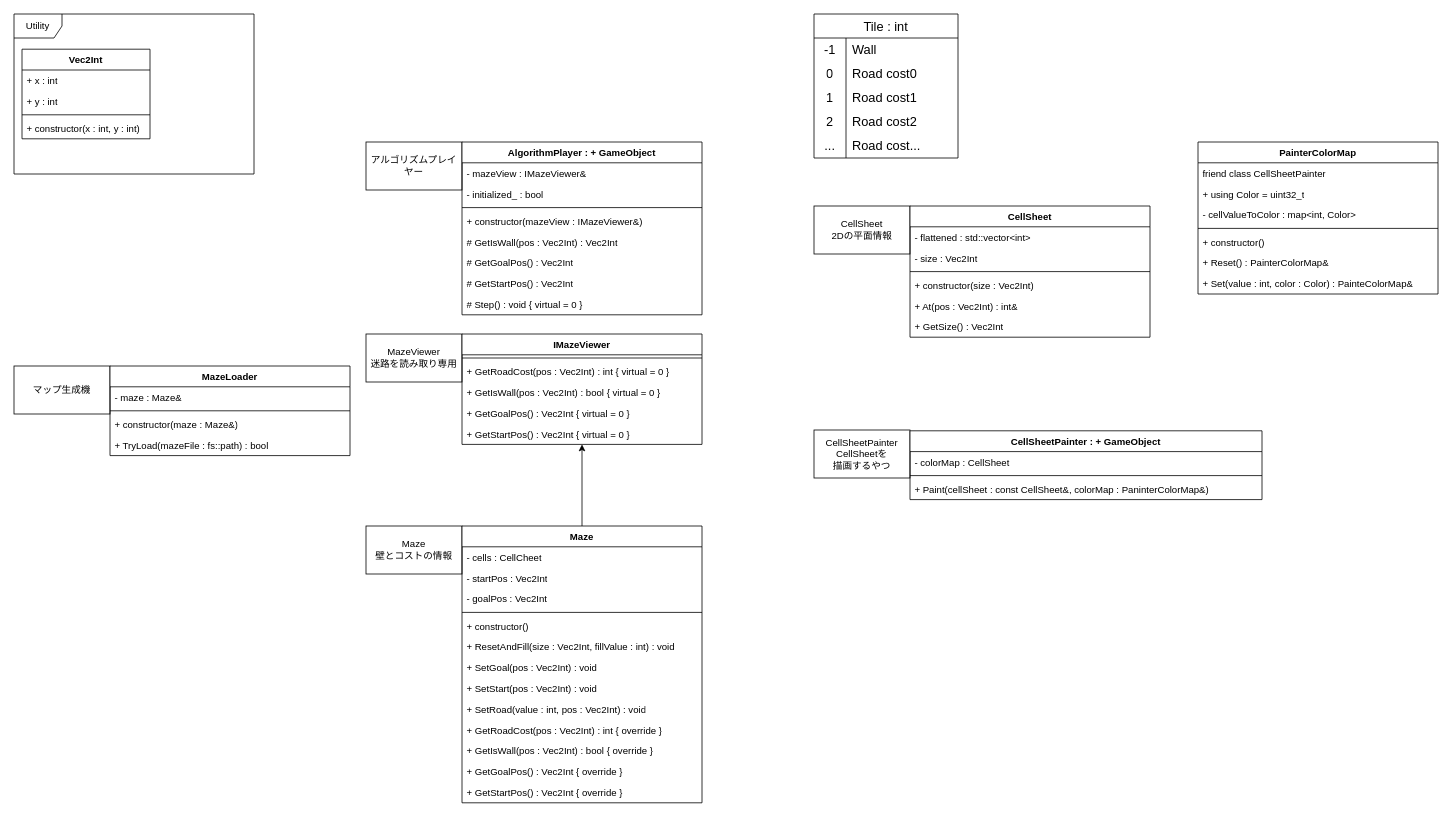
3doriTea/ExploringAlgorithms keeps this draw.io diagram as doc/アルゴシミュ仕様設計.drawio. Above is the earlier version. Source tidied: cells renumbered, new cells numbered last; positions are measured from the earlier drawing's top-left corner, leaving out a move shared by most shapes. Both pictures are drawn from the tidied source at 80%, with x=0, y=0 at pixel (14, 14).
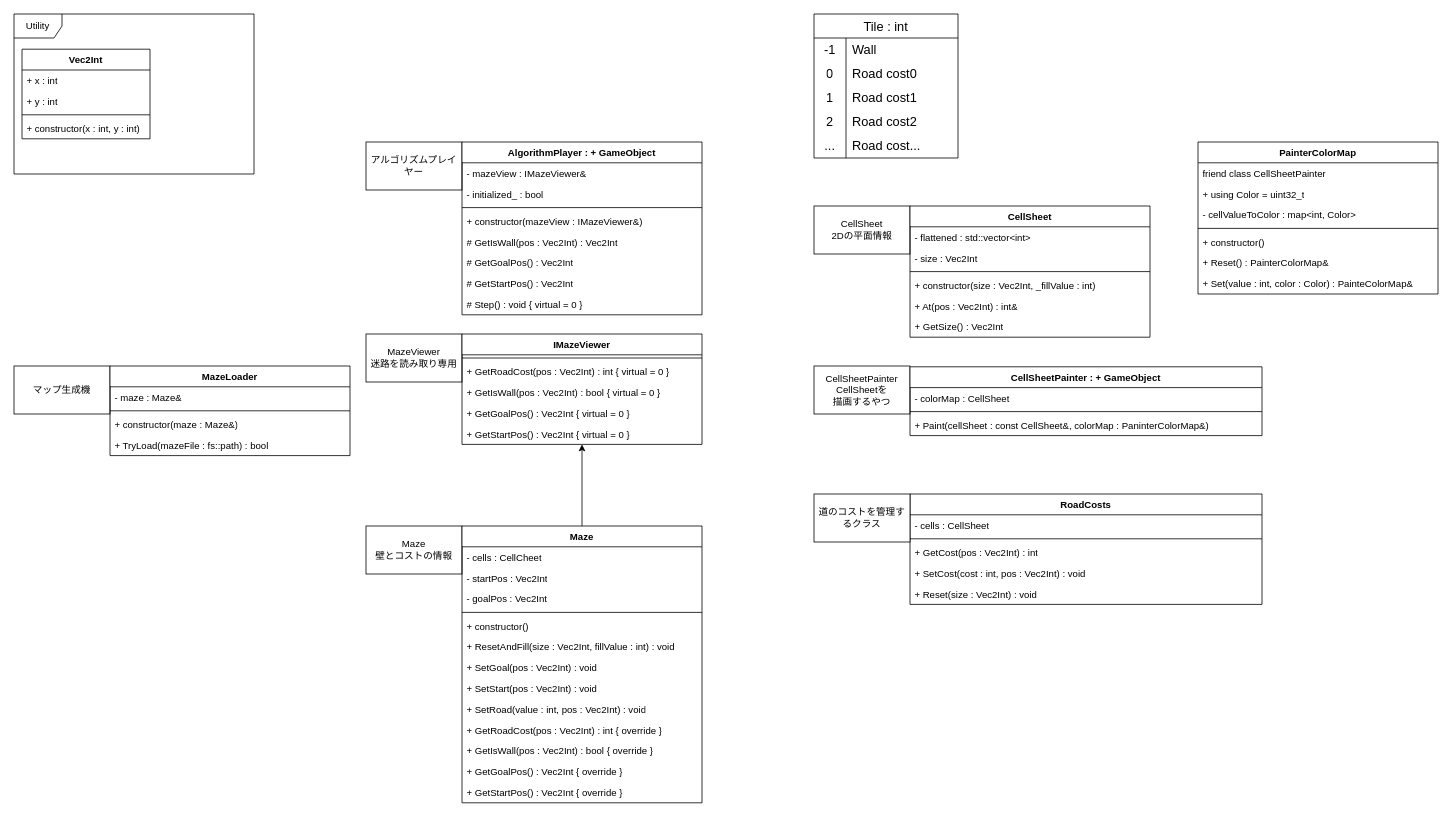
The same diagram, later.

Commit message:
アルゴシミュ仕様設計.drawio を更新します

The change refers to these unchanged cells:
```xml
<mxCell id="16" value="CellSheet" style="swimlane;fontStyle=1;align=center;verticalAlign=top;horizontal=1;startSize=26;whiteSpace=wrap;html=1;" parent="1" vertex="1">
  <mxGeometry x="1120" y="240" width="300" height="164" as="geometry" />
</mxCell>
```

Change to the diagram source:
```diff
@@
-    <mxCell id="20" value="+ constructor(size : Vec2Int)" style="text;strokeColor=none;fillColor=none;align=left;verticalAlign=top;spacingLeft=4;spacingRight=4;overflow=hidden;whiteSpace=wrap;html=1;" parent="16" vertex="1">
+    <mxCell id="20" value="+ constructor(size : Vec2Int, _fillValue : int)" style="text;strokeColor=none;fillColor=none;align=left;verticalAlign=top;spacingLeft=4;spacingRight=4;overflow=hidden;whiteSpace=wrap;html=1;" parent="16" vertex="1">
       <mxGeometry y="86" width="300" height="26" as="geometry" />
     </mxCell>
@@
     <mxCell id="71" value="&lt;div&gt;CellSheetPainter&lt;/div&gt;CellSheetを&lt;div&gt;描画するやつ&lt;/div&gt;" style="rounded=0;whiteSpace=wrap;html=1;" parent="1" vertex="1">
-      <mxGeometry x="1000" y="520" width="120" height="60" as="geometry" />
+      <mxGeometry x="1000" y="440" width="120" height="60" as="geometry" />
     </mxCell>
     <mxCell id="72" value="CellSheetPainter : + GameObject" style="swimlane;fontStyle=1;align=center;verticalAlign=top;horizontal=1;startSize=26;whiteSpace=wrap;html=1;" parent="1" vertex="1">
-      <mxGeometry x="1120" y="521" width="440" height="86" as="geometry" />
+      <mxGeometry x="1120" y="441" width="440" height="86" as="geometry" />
     </mxCell>
@@
+    <mxCell id="84" value="RoadCosts" style="swimlane;fontStyle=1;align=center;verticalAlign=top;horizontal=1;startSize=26;whiteSpace=wrap;html=1;" parent="1" vertex="1">
+      <mxGeometry x="1120" y="600" width="440" height="138" as="geometry" />
+    </mxCell>
+    <mxCell id="85" value="- cells : CellSheet" style="text;strokeColor=none;fillColor=none;align=left;verticalAlign=top;spacingLeft=4;spacingRight=4;overflow=hidden;whiteSpace=wrap;html=1;" parent="84" vertex="1">
+      <mxGeometry y="26" width="440" height="26" as="geometry" />
+    </mxCell>
+    <mxCell id="86" style="line;strokeWidth=1;fillColor=none;align=left;verticalAlign=middle;spacingTop=-1;spacingLeft=3;spacingRight=3;labelPosition=right;strokeColor=inherit;" parent="84" vertex="1">
+      <mxGeometry y="52" width="440" height="8" as="geometry" />
+    </mxCell>
+    <mxCell id="87" value="+ GetCost(pos : Vec2Int) : int" style="text;strokeColor=none;fillColor=none;align=left;verticalAlign=top;spacingLeft=4;spacingRight=4;overflow=hidden;whiteSpace=wrap;html=1;" parent="84" vertex="1">
+      <mxGeometry y="60" width="440" height="26" as="geometry" />
+    </mxCell>
+    <mxCell id="88" value="+ SetCost(cost : int, pos : Vec2Int) : void" style="text;strokeColor=none;fillColor=none;align=left;verticalAlign=top;spacingLeft=4;spacingRight=4;overflow=hidden;whiteSpace=wrap;html=1;" parent="84" vertex="1">
+      <mxGeometry y="86" width="440" height="26" as="geometry" />
+    </mxCell>
+    <mxCell id="89" value="+ Reset(size : Vec2Int) : void" style="text;strokeColor=none;fillColor=none;align=left;verticalAlign=top;spacingLeft=4;spacingRight=4;overflow=hidden;whiteSpace=wrap;html=1;" parent="84" vertex="1">
+      <mxGeometry y="112" width="440" height="26" as="geometry" />
+    </mxCell>
+    <mxCell id="90" value="&lt;div&gt;道のコストを管理するクラス&lt;/div&gt;" style="rounded=0;whiteSpace=wrap;html=1;" parent="1" vertex="1">
+      <mxGeometry x="1000" y="600" width="120" height="60" as="geometry" />
+    </mxCell>
```
